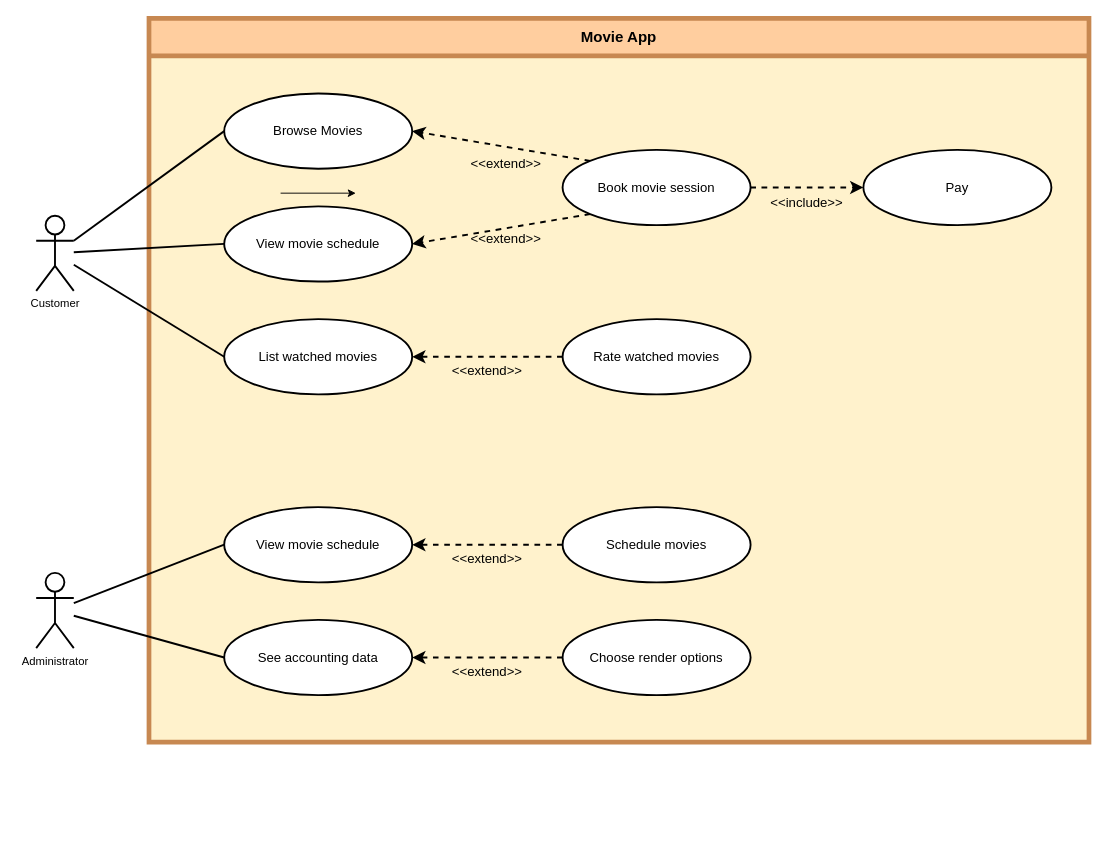
mdeniard/ensai-it-project-2a-team-4 keeps this draw.io diagram as doc/use_case_diagram.drawio. Above is the earlier version. Source tidied: cells renumbered, new cells numbered last; positions are measured from the earlier drawing's top-left corner, leaving out a move shared by most shapes. Both pictures are drawn from the tidied source at 94%, with x=0, y=0 at pixel (36, 18).
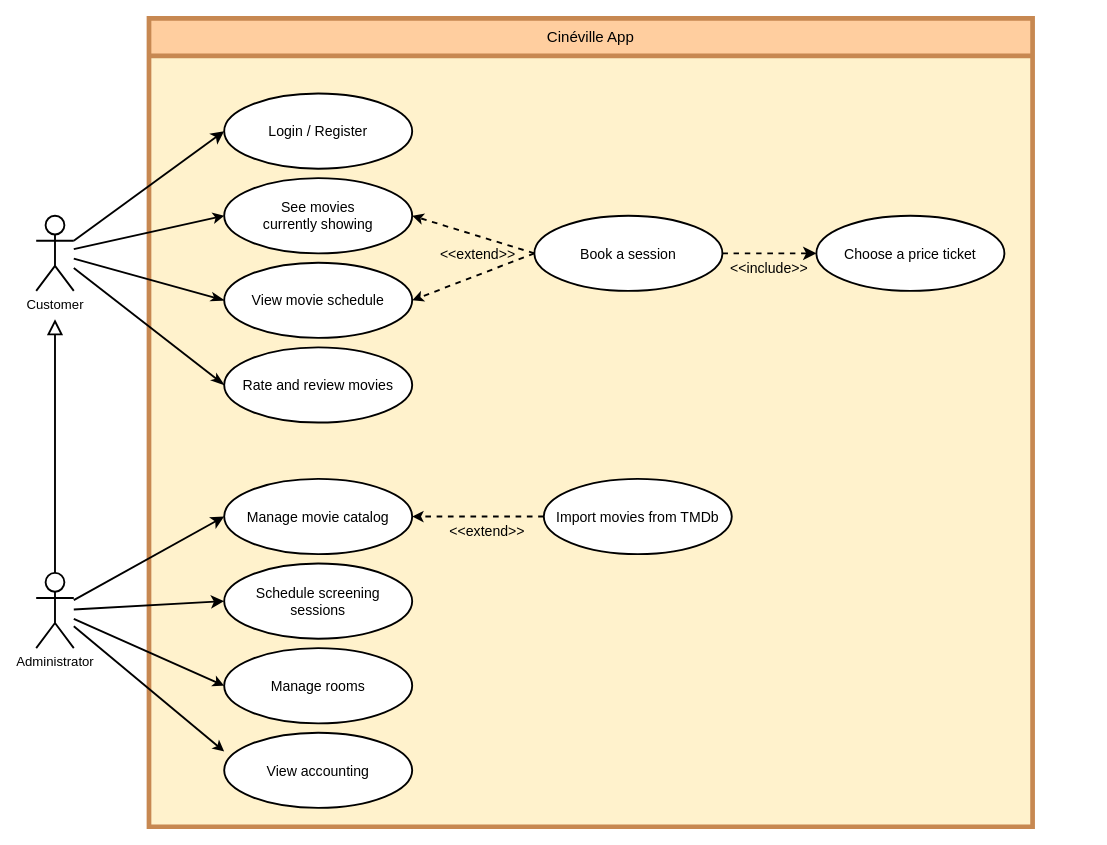
The same diagram, later.

Commit message (it also covers changes not shown here):
Use case diagram update

What changed in the source:
```diff
@@
-    <mxCell id="2" value="&lt;font style=&quot;font-size: 16px;&quot;&gt;Movie App&lt;/font&gt;" style="swimlane;whiteSpace=wrap;html=1;strokeWidth=5;strokeColor=#C78851;gradientColor=none;fillColor=#FFCE9F;swimlaneFillColor=#FFF2CC;startSize=40;" parent="1" vertex="1">
-      <mxGeometry x="120" width="1000" height="770" as="geometry" />
+    <mxCell id="2" value="&lt;span style=&quot;font-size: 16px;&quot;&gt;Cinéville App&lt;/span&gt;" style="swimlane;whiteSpace=wrap;html=1;strokeWidth=5;strokeColor=#C78851;gradientColor=none;fillColor=#FFCE9F;swimlaneFillColor=#FFF2CC;startSize=40;fontStyle=0;" parent="1" vertex="1">
+      <mxGeometry x="120" width="940" height="860" as="geometry" />
     </mxCell>
-    <mxCell id="3" style="edgeStyle=none;curved=1;rounded=0;jettySize=auto;html=1;fontSize=12;startSize=8;endSize=8;entryX=1;entryY=0.5;entryDx=0;entryDy=0;dashed=1;strokeWidth=2;exitX=0;exitY=1;exitDx=0;exitDy=0;" parent="2" edge="1" source="14" target="4">
-      <mxGeometry relative="1" as="geometry" />
-    </mxCell>
-    <mxCell id="4" value="View movie schedule" style="ellipse;whiteSpace=wrap;html=1;fontSize=14;strokeWidth=2;" parent="2" vertex="1">
-      <mxGeometry x="80" y="200" width="200" height="80" as="geometry" />
+    <mxCell id="4" value="View movie schedule" style="ellipse;whiteSpace=wrap;html=1;fontSize=15;strokeWidth=2;fontStyle=0;" parent="2" vertex="1">
+      <mxGeometry x="80" y="260" width="200" height="80" as="geometry" />
     </mxCell>
-    <mxCell id="5" style="edgeStyle=none;curved=1;rounded=0;jettySize=auto;html=1;fontSize=12;startSize=8;endSize=8;labelBackgroundColor=none;dashed=1;strokeWidth=2;entryX=1;entryY=0.5;entryDx=0;entryDy=0;exitX=0;exitY=0.5;exitDx=0;exitDy=0;" parent="2" edge="1" source="10" target="6">
-      <mxGeometry relative="1" as="geometry" />
-    </mxCell>
-    <mxCell id="6" value="List watched movies" style="ellipse;whiteSpace=wrap;html=1;fontSize=14;strokeWidth=2;" parent="2" vertex="1">
-      <mxGeometry x="80" y="320" width="200" height="80" as="geometry" />
-    </mxCell>
-    <mxCell id="7" style="edgeStyle=none;curved=1;rounded=0;jettySize=auto;html=1;fontSize=12;startSize=8;endSize=8;strokeWidth=2;dashed=1;entryX=1;entryY=0.5;entryDx=0;entryDy=0;exitX=0;exitY=0.5;exitDx=0;exitDy=0;" parent="2" edge="1" source="17" target="8">
-      <mxGeometry relative="1" as="geometry" />
-    </mxCell>
-    <mxCell id="8" value="See accounting data" style="ellipse;whiteSpace=wrap;html=1;fontSize=14;strokeWidth=2;" parent="2" vertex="1">
-      <mxGeometry x="80" y="640" width="200" height="80" as="geometry" />
+    <mxCell id="8" value="Schedule screening&lt;br style=&quot;border-color: rgb(218, 220, 224); font-size: 15px;&quot;&gt;sessions" style="ellipse;whiteSpace=wrap;html=1;fontSize=15;strokeWidth=2;fontStyle=0;" parent="2" vertex="1">
+      <mxGeometry x="80" y="580" width="200" height="80" as="geometry" />
     </mxCell>
-    <mxCell id="9" value="Schedule movies" style="ellipse;whiteSpace=wrap;html=1;fontSize=14;strokeWidth=2;" parent="2" vertex="1">
-      <mxGeometry x="440" y="520" width="200" height="80" as="geometry" />
-    </mxCell>
-    <mxCell id="10" value="Rate watched movies" style="ellipse;whiteSpace=wrap;html=1;fontSize=14;strokeWidth=2;" parent="2" vertex="1">
-      <mxGeometry x="440" y="320" width="200" height="80" as="geometry" />
+    <mxCell id="10" value="Rate and review movies" style="ellipse;whiteSpace=wrap;html=1;fontSize=15;strokeWidth=2;fontStyle=0;" parent="2" vertex="1">
+      <mxGeometry x="80" y="350" width="200" height="80" as="geometry" />
     </mxCell>
-    <mxCell id="11" value="Browse Movies" style="ellipse;whiteSpace=wrap;html=1;fontSize=14;strokeWidth=2;" parent="2" vertex="1">
+    <mxCell id="11" value="Login / Register" style="ellipse;whiteSpace=wrap;html=1;fontSize=15;strokeWidth=2;fontStyle=0;" parent="2" vertex="1">
       <mxGeometry x="80" y="80" width="200" height="80" as="geometry" />
     </mxCell>
-    <mxCell id="12" style="edgeStyle=none;curved=1;rounded=0;jettySize=auto;html=1;fontSize=12;startSize=8;endSize=8;dashed=1;strokeWidth=2;" parent="2" edge="1" source="14" target="18">
-      <mxGeometry relative="1" as="geometry" />
-    </mxCell>
-    <mxCell id="13" style="edgeStyle=none;curved=1;rounded=0;jettySize=auto;html=1;exitX=0;exitY=0;exitDx=0;exitDy=0;entryX=1;entryY=0.5;entryDx=0;entryDy=0;fontSize=12;startSize=8;endSize=8;strokeWidth=2;dashed=1;" parent="2" edge="1" source="14" target="11">
-      <mxGeometry relative="1" as="geometry" />
-    </mxCell>
-    <mxCell id="14" value="Book movie session" style="ellipse;whiteSpace=wrap;html=1;fontSize=14;strokeWidth=2;" parent="2" vertex="1">
-      <mxGeometry x="440" y="140" width="200" height="80" as="geometry" />
-    </mxCell>
-    <mxCell id="15" style="edgeStyle=none;curved=1;rounded=0;jettySize=auto;html=1;fontSize=12;startSize=8;endSize=8;strokeWidth=2;dashed=1;entryX=1;entryY=0.5;entryDx=0;entryDy=0;exitX=0;exitY=0.5;exitDx=0;exitDy=0;" parent="2" edge="1" source="9" target="16">
-      <mxGeometry relative="1" as="geometry" />
-    </mxCell>
-    <mxCell id="16" value="View movie schedule" style="ellipse;whiteSpace=wrap;html=1;fontSize=14;strokeWidth=2;" parent="2" vertex="1">
-      <mxGeometry x="80" y="520" width="200" height="80" as="geometry" />
-    </mxCell>
-    <mxCell id="17" value="Choose render options" style="ellipse;whiteSpace=wrap;html=1;fontSize=14;strokeWidth=2;" parent="2" vertex="1">
-      <mxGeometry x="440" y="640" width="200" height="80" as="geometry" />
+    <mxCell id="17" value="Manage rooms" style="ellipse;whiteSpace=wrap;html=1;fontSize=15;strokeWidth=2;fontStyle=0;" parent="2" vertex="1">
+      <mxGeometry x="80" y="670" width="200" height="80" as="geometry" />
     </mxCell>
-    <mxCell id="18" value="Pay" style="ellipse;whiteSpace=wrap;html=1;fontSize=14;strokeWidth=2;" parent="2" vertex="1">
-      <mxGeometry x="760" y="140" width="200" height="80" as="geometry" />
-    </mxCell>
+    <mxCell id="24" value="&amp;lt;&amp;lt;extend&amp;gt;&amp;gt;" style="text;html=1;whiteSpace=wrap;strokeColor=none;fillColor=none;align=center;verticalAlign=middle;rounded=0;fontSize=15;fontStyle=0;" parent="2" vertex="1">
+      <mxGeometry x="330" y="530" width="60" height="30" as="geometry" />
+    </mxCell>
+    <mxCell id="33" value="&lt;div style=&quot;font-size: 15px;&quot;&gt;&lt;span style=&quot;background-color: initial; font-size: 15px;&quot;&gt;See movies&lt;/span&gt;&lt;/div&gt;&lt;div style=&quot;font-size: 15px;&quot;&gt;&lt;span style=&quot;background-color: initial; font-size: 15px;&quot;&gt;currently showing&lt;/span&gt;&lt;/div&gt;" style="ellipse;whiteSpace=wrap;html=1;fontSize=15;strokeWidth=2;fontStyle=0;" parent="2" vertex="1">
+      <mxGeometry x="80" y="170" width="200" height="80" as="geometry" />
+    </mxCell>
+    <mxCell id="34" value="Choose a price ticket" style="ellipse;whiteSpace=wrap;html=1;fontSize=15;strokeWidth=2;fontStyle=0;" parent="2" vertex="1">
+      <mxGeometry x="710" y="210" width="200" height="80" as="geometry" />
+    </mxCell>
+    <mxCell id="35" style="edgeStyle=none;curved=1;rounded=0;jettySize=auto;html=1;fontSize=12;startSize=8;endSize=8;strokeWidth=2;dashed=1;exitX=1;exitY=0.5;exitDx=0;exitDy=0;fontStyle=0;" parent="2" edge="1" source="38" target="34">
+      <mxGeometry relative="1" as="geometry" />
+    </mxCell>
-    <mxCell id="19" value="&lt;font style=&quot;font-size: 14px;&quot;&gt;&amp;lt;&amp;lt;include&amp;gt;&amp;gt;&lt;/font&gt;" style="text;html=1;whiteSpace=wrap;strokeColor=none;fillColor=none;align=center;verticalAlign=middle;rounded=0;fontSize=16;" parent="2" vertex="1">
-      <mxGeometry x="670" y="180" width="60" height="30" as="geometry" />
+    <mxCell id="19" value="&amp;lt;&amp;lt;include&amp;gt;&amp;gt;" style="text;html=1;whiteSpace=wrap;strokeColor=none;fillColor=none;align=center;verticalAlign=middle;rounded=0;fontSize=15;fontStyle=0;" parent="2" vertex="1">
+      <mxGeometry x="630" y="250" width="60" height="30" as="geometry" />
     </mxCell>
-    <mxCell id="20" value="&amp;lt;&amp;lt;extend&amp;gt;&amp;gt;" style="text;html=1;whiteSpace=wrap;strokeColor=none;fillColor=none;align=center;verticalAlign=middle;rounded=0;fontSize=14;" parent="2" vertex="1">
-      <mxGeometry x="330" y="360" width="60" height="30" as="geometry" />
-    </mxCell>
-    <mxCell id="21" value="&amp;lt;&amp;lt;extend&amp;gt;&amp;gt;" style="text;html=1;whiteSpace=wrap;strokeColor=none;fillColor=none;align=center;verticalAlign=middle;rounded=0;fontSize=14;" parent="2" vertex="1">
-      <mxGeometry x="330" y="560" width="60" height="30" as="geometry" />
-    </mxCell>
-    <mxCell id="22" value="&amp;lt;&amp;lt;extend&amp;gt;&amp;gt;" style="text;html=1;whiteSpace=wrap;strokeColor=none;fillColor=none;align=center;verticalAlign=middle;rounded=0;fontSize=14;" parent="2" vertex="1">
-      <mxGeometry x="350" y="140" width="60" height="30" as="geometry" />
-    </mxCell>
-    <mxCell id="23" value="&amp;lt;&amp;lt;extend&amp;gt;&amp;gt;" style="text;html=1;whiteSpace=wrap;strokeColor=none;fillColor=none;align=center;verticalAlign=middle;rounded=0;fontSize=14;" parent="2" vertex="1">
-      <mxGeometry x="350" y="220" width="60" height="30" as="geometry" />
-    </mxCell>
-    <mxCell id="24" value="&amp;lt;&amp;lt;extend&amp;gt;&amp;gt;" style="text;html=1;whiteSpace=wrap;strokeColor=none;fillColor=none;align=center;verticalAlign=middle;rounded=0;fontSize=14;" parent="2" vertex="1">
-      <mxGeometry x="330" y="680" width="60" height="30" as="geometry" />
-    </mxCell>
+    <mxCell id="36" style="edgeStyle=none;html=1;exitX=0;exitY=0.5;exitDx=0;exitDy=0;entryX=1;entryY=0.5;entryDx=0;entryDy=0;strokeColor=default;strokeWidth=2;endArrow=classic;endFill=1;dashed=1;fontStyle=0;" parent="2" edge="1" source="38" target="33">
+      <mxGeometry relative="1" as="geometry" />
+    </mxCell>
+    <mxCell id="37" style="edgeStyle=none;html=1;exitX=0;exitY=0.5;exitDx=0;exitDy=0;entryX=1;entryY=0.5;entryDx=0;entryDy=0;dashed=1;strokeColor=default;strokeWidth=2;endArrow=classic;endFill=1;fontStyle=0;" parent="2" edge="1" source="38" target="4">
+      <mxGeometry relative="1" as="geometry" />
+    </mxCell>
+    <mxCell id="38" value="Book a session" style="ellipse;whiteSpace=wrap;html=1;fontSize=15;strokeWidth=2;fontStyle=0;" parent="2" vertex="1">
+      <mxGeometry x="410" y="210" width="200" height="80" as="geometry" />
+    </mxCell>
+    <mxCell id="39" value="Manage movie catalog" style="ellipse;whiteSpace=wrap;html=1;fontSize=15;strokeWidth=2;fontStyle=0;" parent="2" vertex="1">
+      <mxGeometry x="80" y="490" width="200" height="80" as="geometry" />
+    </mxCell>
+    <mxCell id="40" value="View accounting" style="ellipse;whiteSpace=wrap;html=1;fontSize=15;strokeWidth=2;fontStyle=0;" parent="2" vertex="1">
+      <mxGeometry x="80" y="760" width="200" height="80" as="geometry" />
+    </mxCell>
+    <mxCell id="41" value="Import movies from TMDb" style="ellipse;whiteSpace=wrap;html=1;fontSize=15;strokeWidth=2;fontStyle=0;" parent="2" vertex="1">
+      <mxGeometry x="420" y="490" width="200" height="80" as="geometry" />
+    </mxCell>
+    <mxCell id="42" value="&amp;lt;&amp;lt;extend&amp;gt;&amp;gt;" style="text;html=1;whiteSpace=wrap;strokeColor=none;fillColor=none;align=center;verticalAlign=middle;rounded=0;fontSize=15;fontStyle=0;" parent="2" vertex="1">
+      <mxGeometry x="320" y="235" width="60" height="30" as="geometry" />
+    </mxCell>
+    <mxCell id="43" style="edgeStyle=none;html=1;exitX=0;exitY=0.5;exitDx=0;exitDy=0;strokeColor=default;strokeWidth=2;endArrow=classic;endFill=1;dashed=1;entryX=1;entryY=0.5;entryDx=0;entryDy=0;fontStyle=0;" parent="2" edge="1" source="41" target="39">
+      <mxGeometry relative="1" as="geometry" />
+    </mxCell>
-    <mxCell id="25" style="edgeStyle=none;curved=1;rounded=0;jettySize=auto;html=1;entryX=0;entryY=0.5;entryDx=0;entryDy=0;fontSize=12;startSize=8;endSize=8;endArrow=none;endFill=0;strokeWidth=2;exitX=1;exitY=0.3333333333333333;exitDx=0;exitDy=0;exitPerimeter=0;" parent="1" edge="1" source="27" target="11">
+    <mxCell id="25" style="edgeStyle=none;curved=1;rounded=0;jettySize=auto;html=1;entryX=0;entryY=0.5;entryDx=0;entryDy=0;fontSize=12;startSize=8;endSize=8;endArrow=classic;endFill=1;strokeWidth=2;exitX=1;exitY=0.3333333333333333;exitDx=0;exitDy=0;exitPerimeter=0;fontStyle=0;" parent="1" edge="1" source="27" target="11">
       <mxGeometry relative="1" as="geometry" />
     </mxCell>
-    <mxCell id="26" style="edgeStyle=none;curved=1;rounded=0;jettySize=auto;html=1;entryX=0;entryY=0.5;entryDx=0;entryDy=0;fontSize=12;startSize=8;endSize=8;endArrow=none;endFill=0;strokeWidth=2;" parent="1" edge="1" source="27" target="4">
+    <mxCell id="26" style="edgeStyle=none;curved=1;rounded=0;jettySize=auto;html=1;entryX=0;entryY=0.5;entryDx=0;entryDy=0;fontSize=12;startSize=8;endSize=8;endArrow=classicThin;endFill=1;strokeWidth=2;fontStyle=0;" parent="1" edge="1" source="27" target="4">
       <mxGeometry relative="1" as="geometry" />
     </mxCell>
-    <mxCell id="27" value="Customer" style="shape=umlActor;verticalLabelPosition=bottom;verticalAlign=top;html=1;outlineConnect=0;strokeWidth=2;" parent="1" vertex="1">
+    <mxCell id="27" value="&lt;font style=&quot;font-size: 14px;&quot;&gt;Customer&lt;/font&gt;" style="shape=umlActor;verticalLabelPosition=bottom;verticalAlign=top;html=1;outlineConnect=0;strokeWidth=2;fontStyle=0;fontSize=14;" parent="1" vertex="1">
       <mxGeometry y="210" width="40" height="80" as="geometry" />
     </mxCell>
+    <mxCell id="44" style="edgeStyle=none;html=1;exitX=0.5;exitY=0;exitDx=0;exitDy=0;exitPerimeter=0;strokeColor=default;strokeWidth=2;endArrow=block;endFill=0;endSize=12;fontStyle=0;" parent="1" edge="1" source="28">
+      <mxGeometry relative="1" as="geometry">
+        <mxPoint x="20" y="320" as="targetPoint" />
+      </mxGeometry>
+    </mxCell>
-    <mxCell id="28" value="Administrator" style="shape=umlActor;verticalLabelPosition=bottom;verticalAlign=top;html=1;outlineConnect=0;strokeWidth=2;" parent="1" vertex="1">
+    <mxCell id="28" value="&lt;font style=&quot;font-size: 14px;&quot;&gt;Administrator&lt;/font&gt;" style="shape=umlActor;verticalLabelPosition=bottom;verticalAlign=top;html=1;outlineConnect=0;strokeWidth=2;fontStyle=0;fontSize=14;" parent="1" vertex="1">
       <mxGeometry y="590" width="40" height="80" as="geometry" />
     </mxCell>
-    <mxCell id="29" style="edgeStyle=none;curved=1;rounded=0;jettySize=auto;html=1;entryX=0;entryY=0.5;entryDx=0;entryDy=0;fontSize=12;startSize=8;endSize=8;strokeWidth=2;endArrow=none;endFill=0;" parent="1" edge="1" source="27" target="6">
+    <mxCell id="29" style="edgeStyle=none;curved=1;rounded=0;jettySize=auto;html=1;entryX=0;entryY=0.5;entryDx=0;entryDy=0;fontSize=12;startSize=8;endSize=8;strokeWidth=2;endArrow=classicThin;endFill=1;fontStyle=0;" parent="1" edge="1" source="27" target="10">
       <mxGeometry relative="1" as="geometry" />
     </mxCell>
-    <mxCell id="30" style="edgeStyle=none;curved=1;rounded=0;jettySize=auto;html=1;entryX=0;entryY=0.5;entryDx=0;entryDy=0;fontSize=12;startSize=8;endSize=8;strokeWidth=2;endArrow=none;endFill=0;" parent="1" edge="1" source="28" target="8">
+    <mxCell id="30" style="edgeStyle=none;curved=1;rounded=0;jettySize=auto;html=1;entryX=0;entryY=0.5;entryDx=0;entryDy=0;fontSize=12;startSize=8;endSize=8;strokeWidth=2;endArrow=classic;endFill=1;fontStyle=0;" parent="1" edge="1" source="28" target="8">
       <mxGeometry relative="1" as="geometry" />
     </mxCell>
-    <mxCell id="31" style="edgeStyle=none;curved=1;rounded=0;jettySize=auto;html=1;entryX=0;entryY=0.5;entryDx=0;entryDy=0;fontSize=12;startSize=8;endSize=8;endArrow=none;endFill=0;strokeWidth=2;" parent="1" edge="1" source="28" target="16">
+    <mxCell id="31" style="edgeStyle=none;curved=1;rounded=0;jettySize=auto;html=1;entryX=0;entryY=0.5;entryDx=0;entryDy=0;fontSize=12;startSize=8;endSize=8;endArrow=classic;endFill=1;strokeWidth=2;fontStyle=0;" parent="1" edge="1" source="28" target="39">
       <mxGeometry relative="1" as="geometry" />
     </mxCell>
-    <mxCell id="32" style="edgeStyle=none;orthogonalLoop=1;jettySize=auto;html=1;" parent="1" edge="1">
-      <mxGeometry relative="1" as="geometry">
-        <mxPoint x="260" y="186" as="sourcePoint" />
-        <mxPoint x="340" y="186" as="targetPoint" />
-      </mxGeometry>
-    </mxCell>
+    <mxCell id="45" style="edgeStyle=none;html=1;strokeWidth=2;strokeColor=default;endArrow=classic;endFill=1;entryX=0;entryY=0.5;entryDx=0;entryDy=0;fontStyle=0;" parent="1" edge="1" source="27" target="33">
+      <mxGeometry relative="1" as="geometry" />
+    </mxCell>
+    <mxCell id="46" style="edgeStyle=none;html=1;strokeColor=default;strokeWidth=2;endArrow=classic;endFill=1;entryX=0;entryY=0.5;entryDx=0;entryDy=0;fontStyle=0;" parent="1" edge="1" source="28" target="17">
+      <mxGeometry relative="1" as="geometry" />
+    </mxCell>
+    <mxCell id="47" style="edgeStyle=none;html=1;strokeColor=default;strokeWidth=2;endArrow=classic;endFill=1;fontStyle=0;" parent="1" edge="1" source="28">
+      <mxGeometry relative="1" as="geometry">
+        <mxPoint x="200" y="780" as="targetPoint" />
+      </mxGeometry>
+    </mxCell>
```
